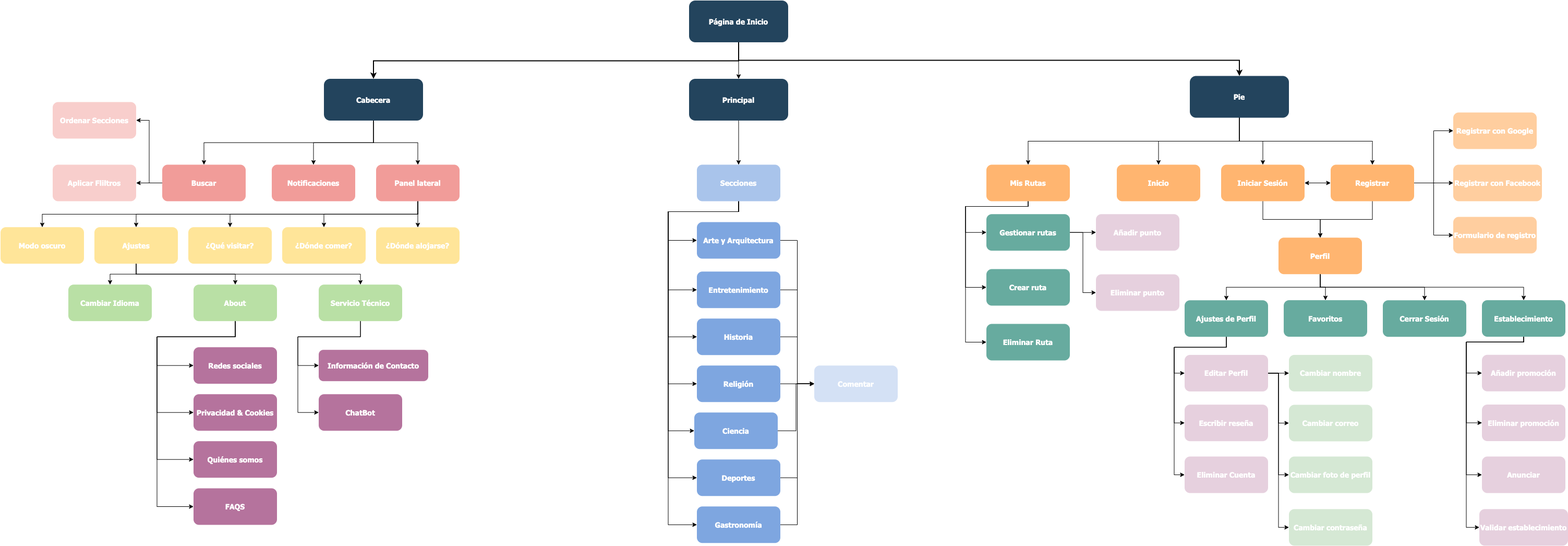
Earlier version of the draw.io export P2/Sitemap.png (GFernando97/DIU21). Source tidied: cells renumbered, new cells last; positions are measured from the earlier drawing's top-left corner, leaving out a move shared by most shapes.
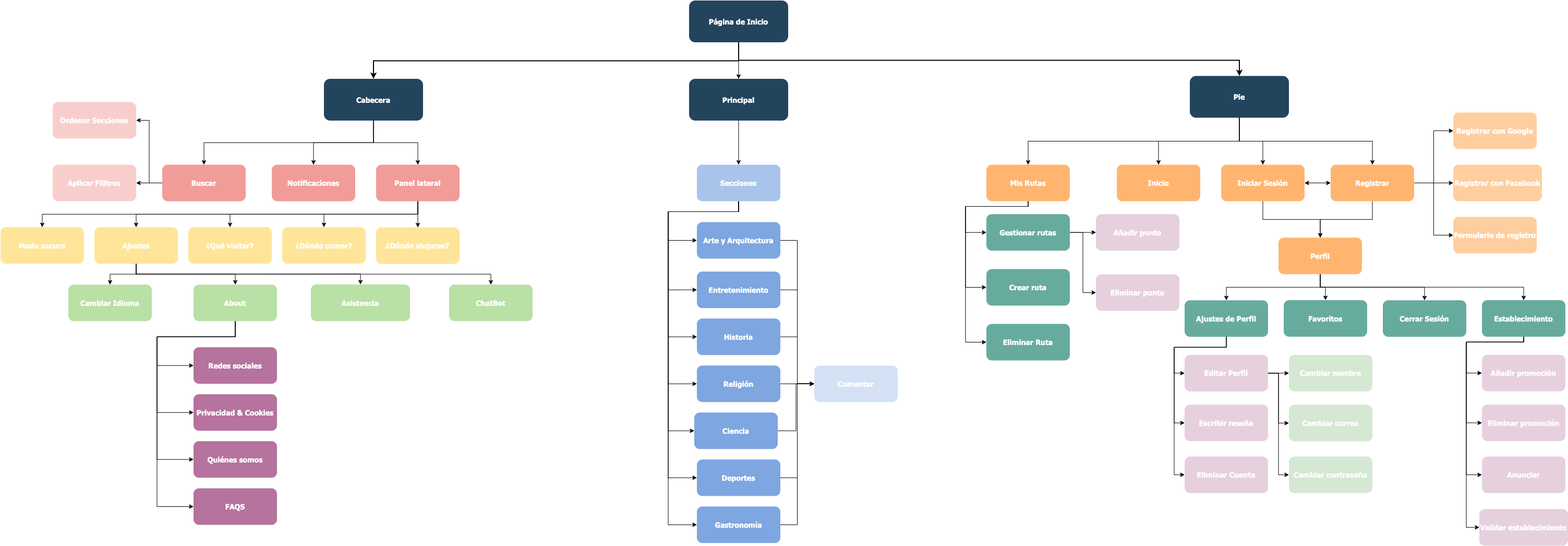
Above is the later version.

What changed in the source:
```diff
@@ -69,39 +69,21 @@
     <mxCell id="22" style="edgeStyle=orthogonalEdgeStyle;rounded=0;jettySize=auto;html=1;exitX=0.5;exitY=1;exitDx=0;exitDy=0;entryX=0.5;entryY=0;entryDx=0;entryDy=0;" parent="1" edge="1" source="23" target="27">
       <mxGeometry relative="1" as="geometry" />
     </mxCell>
+    <mxCell id="129" style="edgeStyle=orthogonalEdgeStyle;rounded=0;jettySize=auto;html=1;exitX=0.5;exitY=1;exitDx=0;exitDy=0;entryX=0.5;entryY=0;entryDx=0;entryDy=0;" parent="1" edge="1" source="23" target="28">
+      <mxGeometry relative="1" as="geometry" />
+    </mxCell>
     <mxCell id="23" value="Ajustes" style="rounded=1;fillColor=#FFE599;gradientColor=none;strokeColor=none;fontColor=#FFFFFF;fontStyle=1;fontFamily=Tahoma;fontSize=14;" parent="1" vertex="1">
       <mxGeometry x="180" y="433.7" width="160" height="70" as="geometry" />
     </mxCell>
     <mxCell id="24" value="Cambiar Idioma" style="rounded=1;fillColor=#B9E0A5;gradientColor=none;strokeColor=none;fontColor=#FFFFFF;fontStyle=1;fontFamily=Tahoma;fontSize=14;" parent="1" vertex="1">
       <mxGeometry x="130" y="543.7" width="160" height="70" as="geometry" />
     </mxCell>
-    <mxCell id="25" style="edgeStyle=orthogonalEdgeStyle;rounded=0;jettySize=auto;html=1;exitX=0.5;exitY=1;exitDx=0;exitDy=0;entryX=0;entryY=0.5;entryDx=0;entryDy=0;" parent="1" edge="1" source="27" target="28">
-      <mxGeometry relative="1" as="geometry">
-        <Array as="points">
-          <mxPoint x="690" y="643.7" />
-          <mxPoint x="570" y="643.7" />
-          <mxPoint x="570" y="788.7" />
-        </Array>
-      </mxGeometry>
-    </mxCell>
-    <mxCell id="26" style="edgeStyle=orthogonalEdgeStyle;rounded=0;jettySize=auto;html=1;exitX=0.5;exitY=1;exitDx=0;exitDy=0;entryX=0;entryY=0.5;entryDx=0;entryDy=0;" parent="1" edge="1" source="27" target="29">
-      <mxGeometry relative="1" as="geometry">
-        <Array as="points">
-          <mxPoint x="690" y="643.7" />
-          <mxPoint x="570" y="643.7" />
-          <mxPoint x="570" y="698.7" />
-        </Array>
-      </mxGeometry>
-    </mxCell>
-    <mxCell id="27" value="Servicio Técnico" style="rounded=1;fillColor=#B9E0A5;gradientColor=none;strokeColor=none;fontColor=#FFFFFF;fontStyle=1;fontFamily=Tahoma;fontSize=14;" parent="1" vertex="1">
-      <mxGeometry x="610" y="543.7" width="160" height="70" as="geometry" />
+    <mxCell id="27" value="Asistencia" style="rounded=1;fillColor=#B9E0A5;gradientColor=none;strokeColor=none;fontColor=#FFFFFF;fontStyle=1;fontFamily=Tahoma;fontSize=14;" parent="1" vertex="1">
+      <mxGeometry x="595" y="543.4" width="190" height="70.3" as="geometry" />
     </mxCell>
-    <mxCell id="28" value="ChatBot" style="rounded=1;fillColor=#B5739D;gradientColor=none;strokeColor=none;fontColor=#FFFFFF;fontStyle=1;fontFamily=Tahoma;fontSize=14;" parent="1" vertex="1">
-      <mxGeometry x="610" y="753.7" width="160" height="70" as="geometry" />
+    <mxCell id="28" value="ChatBot" style="rounded=1;fillColor=#B9E0A5;gradientColor=none;strokeColor=none;fontColor=#FFFFFF;fontStyle=1;fontFamily=Tahoma;fontSize=14;" parent="1" vertex="1">
+      <mxGeometry x="860" y="543.7" width="160" height="70" as="geometry" />
     </mxCell>
-    <mxCell id="29" value="Información de Contacto" style="rounded=1;fillColor=#B5739D;gradientColor=none;strokeColor=none;fontColor=#FFFFFF;fontStyle=1;fontFamily=Tahoma;fontSize=14;" parent="1" vertex="1">
-      <mxGeometry x="610" y="668.7" width="210" height="60" as="geometry" />
-    </mxCell>
     <mxCell id="30" style="edgeStyle=orthogonalEdgeStyle;rounded=0;jettySize=auto;html=1;exitX=0.5;exitY=1;exitDx=0;exitDy=0;entryX=0;entryY=0.5;entryDx=0;entryDy=0;" parent="1" edge="1" source="34" target="35">
       <mxGeometry relative="1" as="geometry">
         <Array as="points">
@@ -384,9 +366,6 @@
     <mxCell id="95" style="edgeStyle=orthogonalEdgeStyle;rounded=0;jettySize=auto;html=1;exitX=1;exitY=0.5;exitDx=0;exitDy=0;entryX=0;entryY=0.5;entryDx=0;entryDy=0;" parent="1" edge="1" source="98" target="126">
       <mxGeometry relative="1" as="geometry" />
     </mxCell>
-    <mxCell id="96" style="edgeStyle=orthogonalEdgeStyle;rounded=0;jettySize=auto;html=1;exitX=1;exitY=0.5;exitDx=0;exitDy=0;entryX=0;entryY=0.5;entryDx=0;entryDy=0;" parent="1" edge="1" source="98" target="127">
-      <mxGeometry relative="1" as="geometry" />
-    </mxCell>
     <mxCell id="97" style="edgeStyle=orthogonalEdgeStyle;rounded=0;jettySize=auto;html=1;exitX=1;exitY=0.5;exitDx=0;exitDy=0;entryX=0;entryY=0.5;entryDx=0;entryDy=0;" parent="1" edge="1" source="98" target="128">
       <mxGeometry relative="1" as="geometry" />
     </mxCell>
@@ -519,11 +498,8 @@
     <mxCell id="126" value="Cambiar correo" style="rounded=1;fillColor=#D5E8D4;gradientColor=none;strokeColor=none;fontColor=#FFFFFF;fontStyle=1;fontFamily=Tahoma;fontSize=14;" parent="1" vertex="1">
       <mxGeometry x="2470" y="774" width="160" height="70" as="geometry" />
     </mxCell>
-    <mxCell id="127" value="Cambiar foto de perfil" style="rounded=1;fillColor=#D5E8D4;gradientColor=none;strokeColor=none;fontColor=#FFFFFF;fontStyle=1;fontFamily=Tahoma;fontSize=14;" parent="1" vertex="1">
-      <mxGeometry x="2470" y="873.1" width="160" height="70" as="geometry" />
-    </mxCell>
     <mxCell id="128" value="Cambiar contraseña" style="rounded=1;fillColor=#D5E8D4;gradientColor=none;strokeColor=none;fontColor=#FFFFFF;fontStyle=1;fontFamily=Tahoma;fontSize=14;" parent="1" vertex="1">
-      <mxGeometry x="2470" y="973.8" width="160" height="70" as="geometry" />
+      <mxGeometry x="2470" y="873.1" width="160" height="70" as="geometry" />
     </mxCell>
   </root>
 </mxGraphModel>
```
